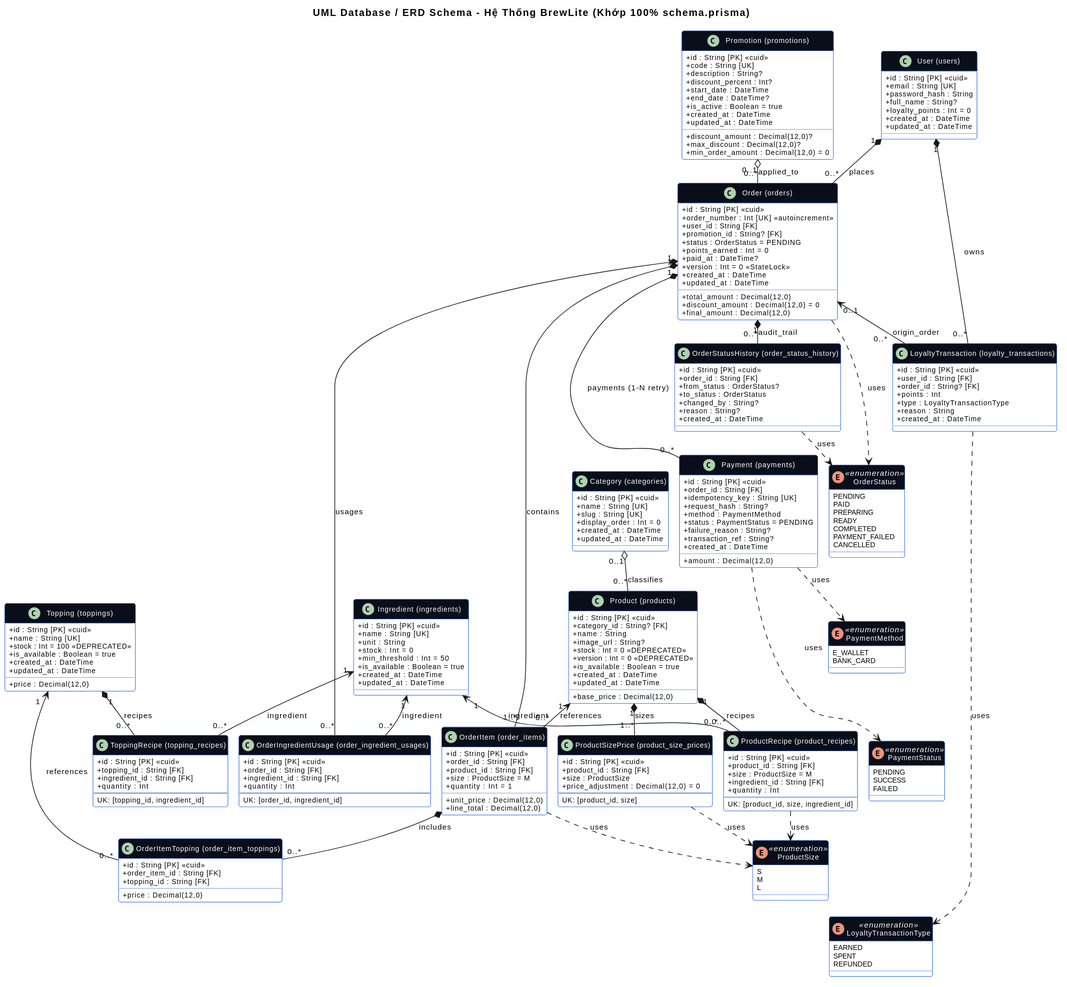
The PlantUML diagram docs/database-uml.svg in ChienPM-27/BrewLite_02, before a commit. The source it was exported from:
```plantuml
@startuml
title UML Database / ERD Schema - Hệ Thống BrewLite (Khớp 100% schema.prisma)
skinparam classAttributeIconSize 0
skinparam packageStyle rectangle
skinparam shadowing false
skinparam defaultFontName Arial
skinparam roundcorner 6
skinparam nodesep 16
skinparam ranksep 20
skinparam defaultFontSize 11
skinparam classFontSize 11
skinparam classAttributeFontSize 10

skinparam classFontColor #FFFFFF
skinparam enumFontColor #FFFFFF
skinparam classStereotypeFontColor #FFFFFF
skinparam enumStereotypeFontColor #FFFFFF
skinparam stereotypeFontColor #FFFFFF

skinparam class {
    BackgroundColor #FFFFFF
    BorderColor #2D6BE4
    HeaderBackgroundColor #0A0E1A
    HeaderFontColor #FFFFFF
}

skinparam enum {
    BackgroundColor #FFFFFF
    BorderColor #2D6BE4
    HeaderBackgroundColor #0A0E1A
    HeaderFontColor #FFFFFF
}

enum OrderStatus <<enumeration>> {
  PENDING
  PAID
  PREPARING
  READY
  COMPLETED
  PAYMENT_FAILED
  CANCELLED
}

enum PaymentMethod <<enumeration>> {
  E_WALLET
  BANK_CARD
}

enum PaymentStatus <<enumeration>> {
  PENDING
  SUCCESS
  FAILED
}

enum ProductSize <<enumeration>> {
  S
  M
  L
}

enum LoyaltyTransactionType <<enumeration>> {
  EARNED
  SPENT
  REFUNDED
}

class "User (users)" as User {
  + id : String [PK] <<cuid>>
  + email : String [UK]
  + password_hash : String
  + full_name : String?
  + loyalty_points : Int = 0
  + created_at : DateTime
  + updated_at : DateTime
}

class "Category (categories)" as Category {
  + id : String [PK] <<cuid>>
  + name : String [UK]
  + slug : String [UK]
  + display_order : Int = 0
  + created_at : DateTime
  + updated_at : DateTime
}

class "Product (products)" as Product {
  + id : String [PK] <<cuid>>
  + category_id : String? [FK]
  + name : String
  + base_price : Decimal(12,0)
  + image_url : String?
  + stock : Int = 0 <<DEPRECATED>>
  + version : Int = 0 <<DEPRECATED>>
  + is_available : Boolean = true
  + created_at : DateTime
  + updated_at : DateTime
}

class "ProductSizePrice (product_size_prices)" as ProductSizePrice {
  + id : String [PK] <<cuid>>
  + product_id : String [FK]
  + size : ProductSize
  + price_adjustment : Decimal(12,0) = 0
  --
  UK: [product_id, size]
}

class "Topping (toppings)" as Topping {
  + id : String [PK] <<cuid>>
  + name : String [UK]
  + price : Decimal(12,0)
  + stock : Int = 100 <<DEPRECATED>>
  + is_available : Boolean = true
  + created_at : DateTime
  + updated_at : DateTime
}

class "Promotion (promotions)" as Promotion {
  + id : String [PK] <<cuid>>
  + code : String [UK]
  + description : String?
  + discount_percent : Int?
  + discount_amount : Decimal(12,0)?
  + max_discount : Decimal(12,0)?
  + min_order_amount : Decimal(12,0) = 0
  + start_date : DateTime
  + end_date : DateTime?
  + is_active : Boolean = true
  + created_at : DateTime
  + updated_at : DateTime
}

class "Order (orders)" as Order {
  + id : String [PK] <<cuid>>
  + order_number : Int [UK] <<autoincrement>>
  + user_id : String [FK]
  + promotion_id : String? [FK]
  + status : OrderStatus = PENDING
  + total_amount : Decimal(12,0)
  + discount_amount : Decimal(12,0) = 0
  + final_amount : Decimal(12,0)
  + points_earned : Int = 0
  + paid_at : DateTime?
  + version : Int = 0 <<StateLock>>
  + created_at : DateTime
  + updated_at : DateTime
}

class "OrderItem (order_items)" as OrderItem {
  + id : String [PK] <<cuid>>
  + order_id : String [FK]
  + product_id : String [FK]
  + size : ProductSize = M
  + quantity : Int = 1
  + unit_price : Decimal(12,0)
  + line_total : Decimal(12,0)
}

class "OrderItemTopping (order_item_toppings)" as OrderItemTopping {
  + id : String [PK] <<cuid>>
  + order_item_id : String [FK]
  + topping_id : String [FK]
  + price : Decimal(12,0)
}

class "Payment (payments)" as Payment {
  + id : String [PK] <<cuid>>
  + order_id : String [FK]
  + idempotency_key : String [UK]
  + request_hash : String?
  + amount : Decimal(12,0)
  + method : PaymentMethod
  + status : PaymentStatus = PENDING
  + failure_reason : String?
  + transaction_ref : String?
  + created_at : DateTime
}

class "LoyaltyTransaction (loyalty_transactions)" as LoyaltyTransaction {
  + id : String [PK] <<cuid>>
  + user_id : String [FK]
  + order_id : String? [FK]
  + points : Int
  + type : LoyaltyTransactionType
  + reason : String
  + created_at : DateTime
}

class "OrderStatusHistory (order_status_history)" as OrderStatusHistory {
  + id : String [PK] <<cuid>>
  + order_id : String [FK]
  + from_status : OrderStatus?
  + to_status : OrderStatus
  + changed_by : String?
  + reason : String?
  + created_at : DateTime
}


class "Ingredient (ingredients)" as Ingredient {
  + id : String [PK] <<cuid>>
  + name : String [UK]
  + unit : String
  + stock : Int = 0
  + min_threshold : Int = 50
  + is_available : Boolean = true
  + created_at : DateTime
  + updated_at : DateTime
}

class "ProductRecipe (product_recipes)" as ProductRecipe {
  + id : String [PK] <<cuid>>
  + product_id : String [FK]
  + size : ProductSize = M
  + ingredient_id : String [FK]
  + quantity : Int
  --
  UK: [product_id, size, ingredient_id]
}

class "ToppingRecipe (topping_recipes)" as ToppingRecipe {
  + id : String [PK] <<cuid>>
  + topping_id : String [FK]
  + ingredient_id : String [FK]
  + quantity : Int
  --
  UK: [topping_id, ingredient_id]
}

class "OrderIngredientUsage (order_ingredient_usages)" as OrderIngredientUsage {
  + id : String [PK] <<cuid>>
  + order_id : String [FK]
  + ingredient_id : String [FK]
  + quantity : Int
  --
  UK: [order_id, ingredient_id]
}

Category "0..1" o-- "0..*" Product : classifies
Product "1" *-- "1..*" ProductSizePrice : sizes
User "1" *-- "0..*" Order : places
User "1" *-- "0..*" LoyaltyTransaction : owns
Promotion "0..1" o-- "0..*" Order : applied_to
Order "1" *-- "1..*" OrderItem : contains
Order "1" *-- "0..*" Payment : payments (1-N retry)
Order "1" *-- "0..*" OrderStatusHistory : audit_trail
Order "0..1" <-- "0..*" LoyaltyTransaction : origin_order
Product "1" <-- "0..*" OrderItem : references
OrderItem "1" *-- "0..*" OrderItemTopping : includes
Topping "1" <-- "0..*" OrderItemTopping : references
Product "1" *-- "0..*" ProductRecipe : recipes
Ingredient "1" <-- "0..*" ProductRecipe : ingredient
Topping "1" *-- "0..*" ToppingRecipe : recipes
Ingredient "1" <-- "0..*" ToppingRecipe : ingredient
Order "1" *-- "0..*" OrderIngredientUsage : usages
Ingredient "1" <-- "0..*" OrderIngredientUsage : ingredient
ProductRecipe ..> ProductSize : uses


Order ..> OrderStatus : uses
OrderStatusHistory ..> OrderStatus : uses
Payment ..> PaymentMethod : uses
Payment ..> PaymentStatus : uses
OrderItem ..> ProductSize : uses
ProductSizePrice ..> ProductSize : uses
LoyaltyTransaction ..> LoyaltyTransactionType : uses


OrderStatus -[hidden]down-> PaymentMethod
PaymentMethod -[hidden]down-> PaymentStatus
PaymentStatus -[hidden]down-> ProductSize
ProductSize -[hidden]down-> LoyaltyTransactionType
@enduml
```
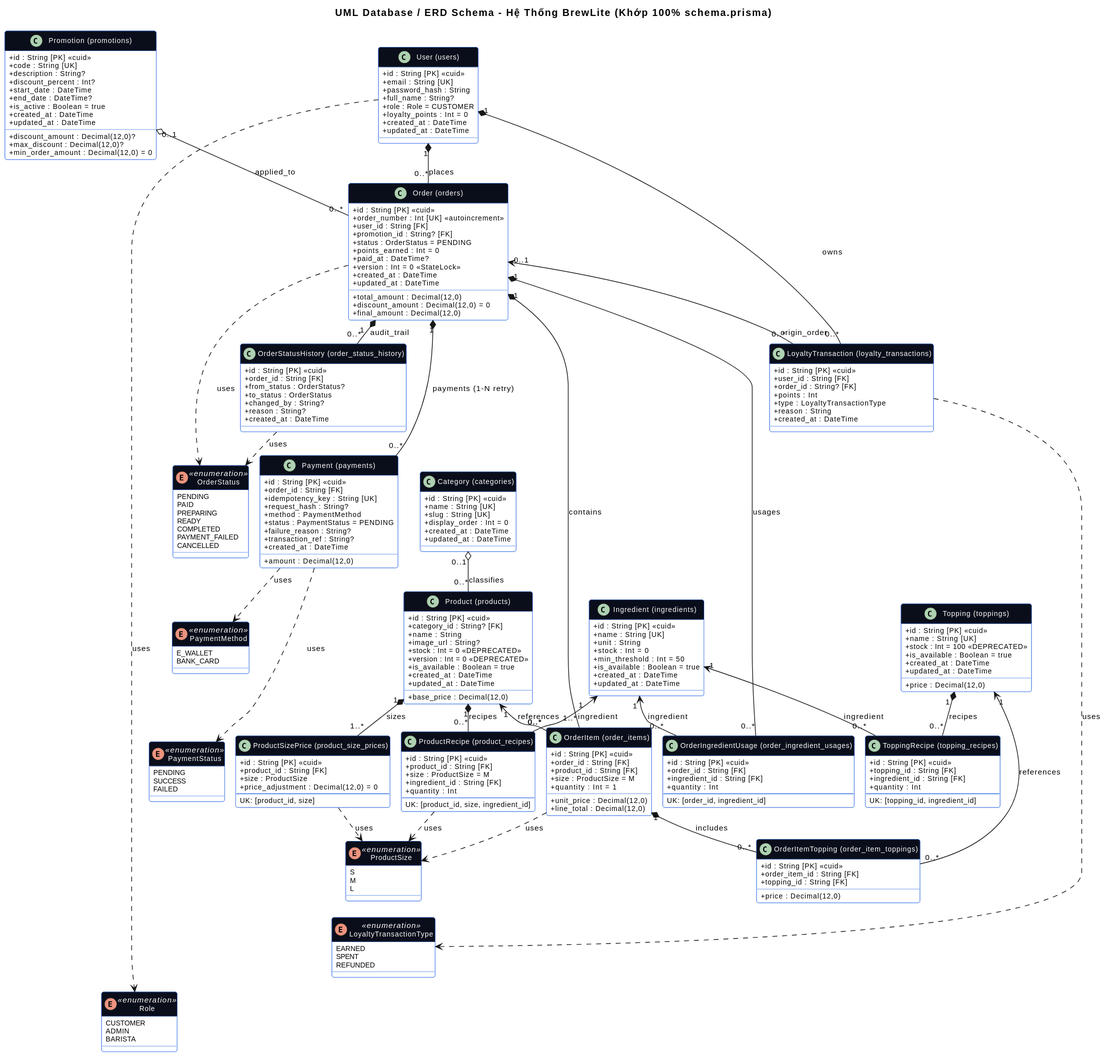
Above is the later version.

Commit message:
docs(cr-01): fix 5.1 sample code, design user role (D16), update assignment sheet

Change to the diagram source:
```diff
@@ -64,11 +64,18 @@
   REFUNDED
 }
 
+enum Role <<enumeration>> {
+  CUSTOMER
+  ADMIN
+  BARISTA
+}
+
 class "User (users)" as User {
   + id : String [PK] <<cuid>>
   + email : String [UK]
   + password_hash : String
   + full_name : String?
+  + role : Role = CUSTOMER
   + loyalty_points : Int = 0
   + created_at : DateTime
   + updated_at : DateTime
@@ -257,6 +264,7 @@
 ProductRecipe ..> ProductSize : uses
 
 
+User ..> Role : uses
 Order ..> OrderStatus : uses
 OrderStatusHistory ..> OrderStatus : uses
 Payment ..> PaymentMethod : uses
@@ -270,4 +278,5 @@
 PaymentMethod -[hidden]down-> PaymentStatus
 PaymentStatus -[hidden]down-> ProductSize
 ProductSize -[hidden]down-> LoyaltyTransactionType
+LoyaltyTransactionType -[hidden]down-> Role
 @enduml
```
